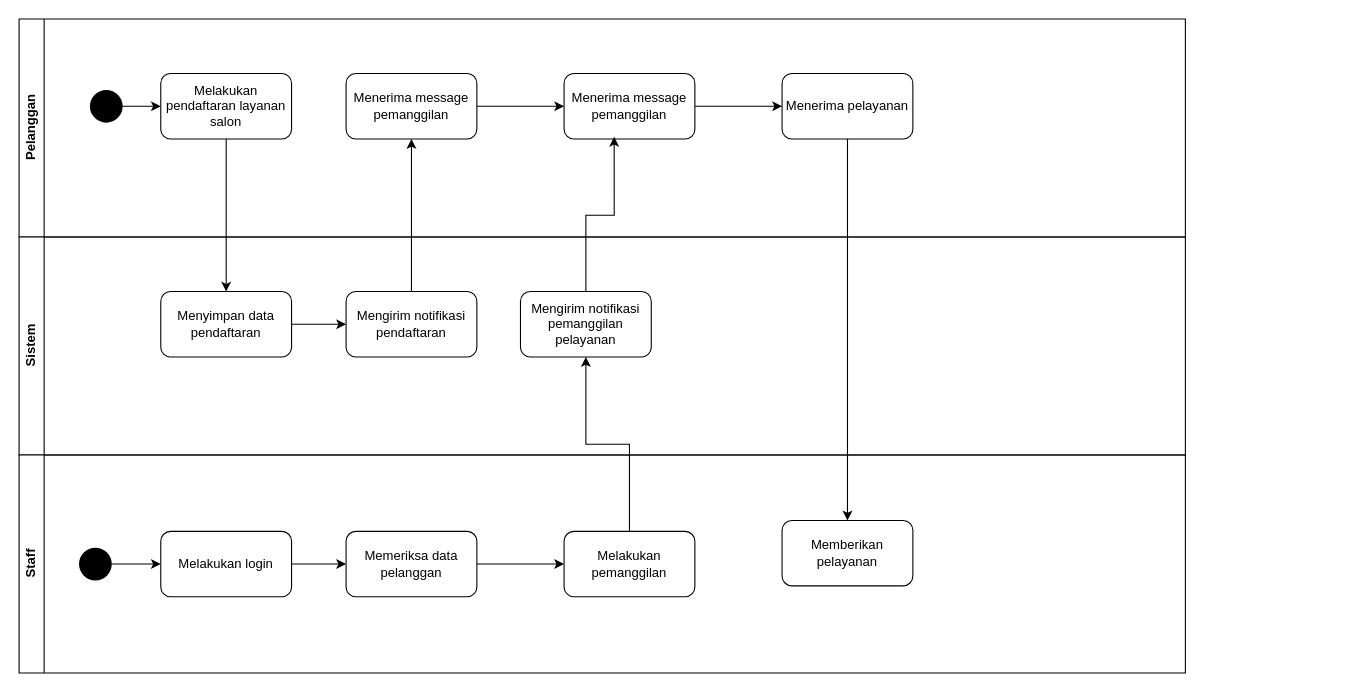
Earlier version of the draw.io diagram probis yurika.drawio (zulzunman/joki). Source tidied: cells renumbered, new cells numbered last; positions are measured from the earlier drawing's top-left corner, leaving out a move shared by most shapes. Both pictures are drawn from the tidied source at 109%, with x=0, y=0 at pixel (19, 19).
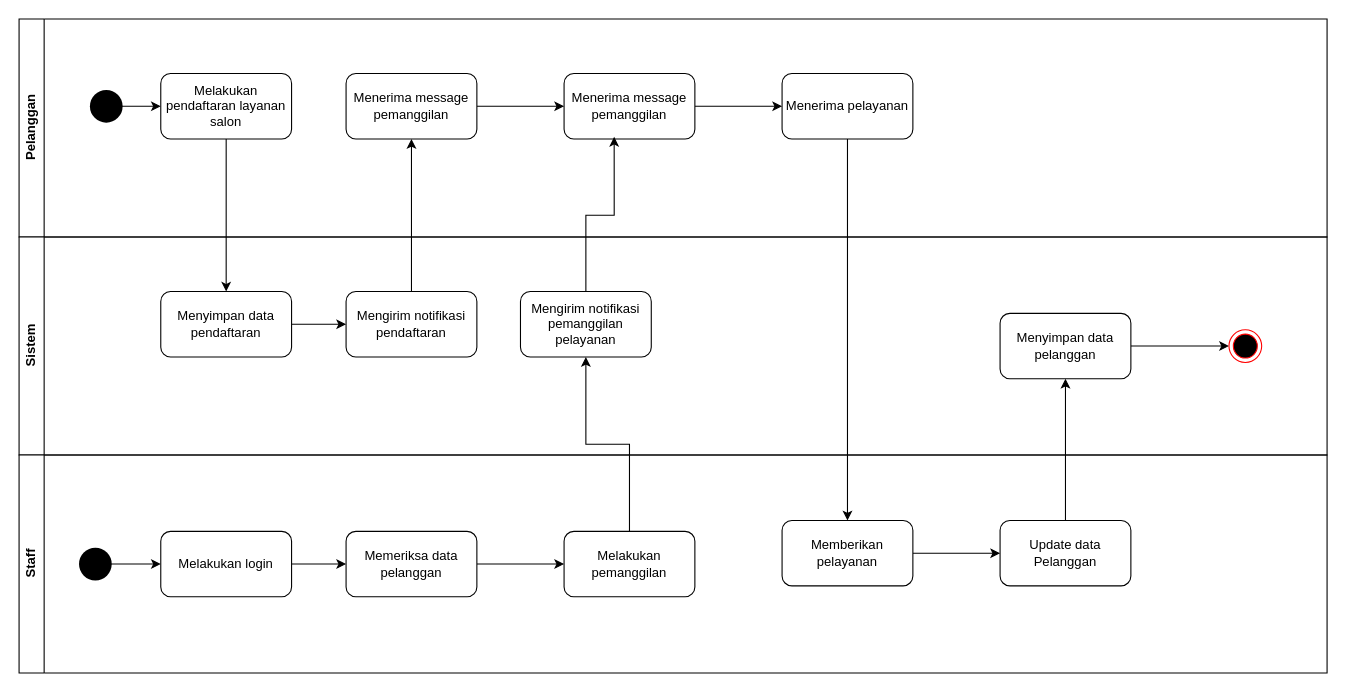
The same diagram, later.

Unchanged cells that the change refers to:
```xml
<mxCell id="24" value="Memberikan pelayanan" style="whiteSpace=wrap;html=1;rounded=1;" parent="16" vertex="1">
  <mxGeometry x="700" y="60" width="120" height="60" as="geometry" />
</mxCell>
```

The edit, as a diff of the source:
```diff
@@
     <mxCell id="2" value="Pelanggan" style="swimlane;horizontal=0;whiteSpace=wrap;html=1;" parent="1" vertex="1">
-      <mxGeometry width="1070" height="200" as="geometry" />
+      <mxGeometry width="1200" height="200" as="geometry" />
     </mxCell>
@@
     <mxCell id="11" value="&lt;div&gt;Sistem&lt;/div&gt;" style="swimlane;horizontal=0;whiteSpace=wrap;html=1;" parent="1" vertex="1">
-      <mxGeometry y="200" width="1070" height="200" as="geometry" />
+      <mxGeometry y="200" width="1200" height="200" as="geometry" />
     </mxCell>
@@
+    <mxCell id="30" style="edgeStyle=orthogonalEdgeStyle;rounded=0;jettySize=auto;html=1;entryX=0;entryY=0.5;entryDx=0;entryDy=0;" parent="11" edge="1" source="31" target="32">
+      <mxGeometry relative="1" as="geometry" />
+    </mxCell>
+    <mxCell id="31" value="Menyimpan data pelanggan" style="whiteSpace=wrap;html=1;rounded=1;" parent="11" vertex="1">
+      <mxGeometry x="900" y="70" width="120" height="60" as="geometry" />
+    </mxCell>
+    <mxCell id="32" style="ellipse;html=1;shape=endState;fillColor=#000000;strokeColor=#ff0000;" parent="11" vertex="1">
+      <mxGeometry x="1110" y="85" width="30" height="30" as="geometry" />
+    </mxCell>
     <mxCell id="16" value="Staff" style="swimlane;horizontal=0;whiteSpace=wrap;html=1;" parent="1" vertex="1">
-      <mxGeometry y="400" width="1070" height="200" as="geometry" />
+      <mxGeometry y="400" width="1200" height="200" as="geometry" />
     </mxCell>
@@
+    <mxCell id="33" style="edgeStyle=orthogonalEdgeStyle;rounded=0;jettySize=auto;html=1;" parent="16" edge="1" source="24" target="34">
+      <mxGeometry relative="1" as="geometry" />
+    </mxCell>
@@
+    <mxCell id="34" value="Update data Pelanggan" style="whiteSpace=wrap;html=1;rounded=1;" parent="16" vertex="1">
+      <mxGeometry x="900" y="60" width="120" height="60" as="geometry" />
+    </mxCell>
@@
+    <mxCell id="35" style="edgeStyle=orthogonalEdgeStyle;rounded=0;jettySize=auto;html=1;" parent="1" edge="1" source="34" target="31">
+      <mxGeometry relative="1" as="geometry" />
+    </mxCell>
```
